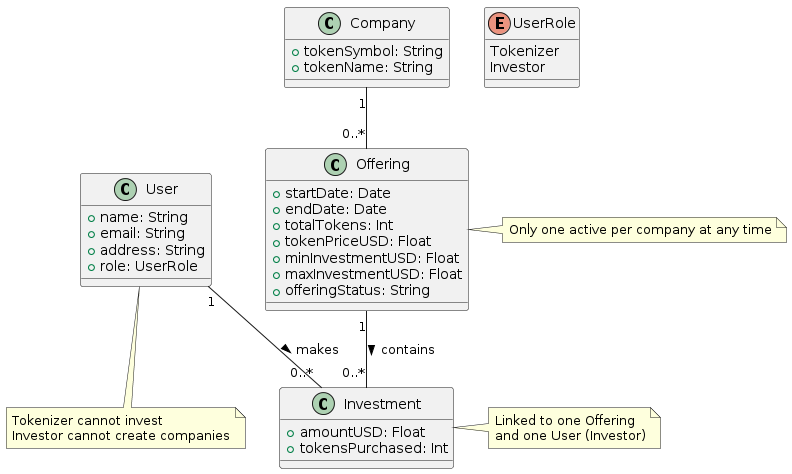
Before: docs/models/domain-model.png, a diagram exported from PlantUML (xpan1c/prueba-tecnica-backend-master).
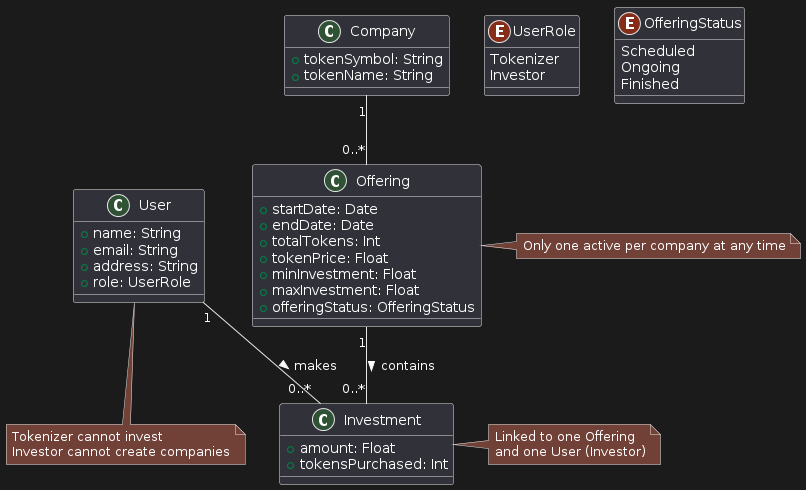
After the commit.

Commit message:
BCC-02-database-model

Change to the diagram source:
```diff
@@ -20,14 +20,20 @@
     +startDate: Date
     +endDate: Date
     +totalTokens: Int
-    +tokenPriceUSD: Float
-    +minInvestmentUSD: Float
-    +maxInvestmentUSD: Float
-    +offeringStatus: String
+    +tokenPrice: Float
+    +minInvestment: Float
+    +maxInvestment: Float
+    +offeringStatus: OfferingStatus
+}
+
+enum OfferingStatus {
+    Scheduled
+    Ongoing
+    Finished
 }
 
 class Investment {
-    +amountUSD: Float
+    +amount: Float
     +tokensPurchased: Int
 }
 
```
